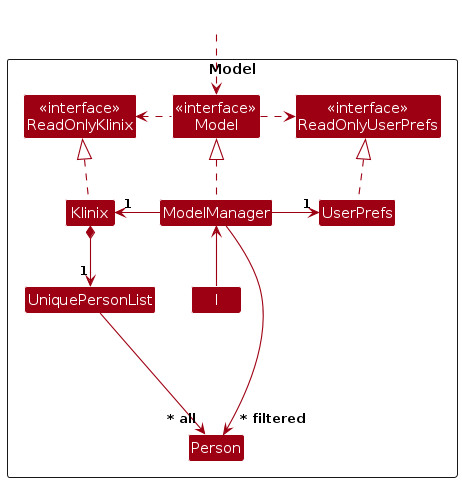
This is diagrams/ModelClassDiagram.png from AY2425S2-CS2103T-T09-2/tp, a PlantUML export, as it was before one commit. Its source is kept beside it as diagrams/ModelClassDiagram.puml.
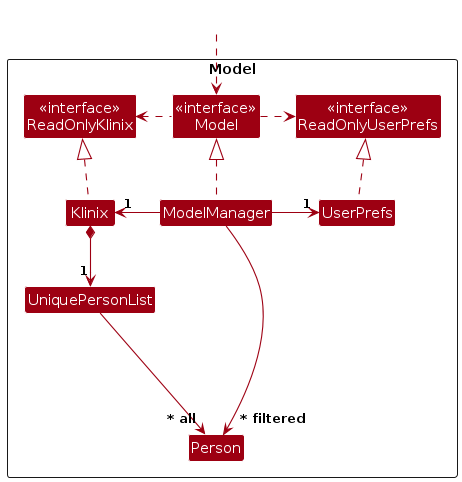
Above is the later version.

Diff of the diagram source:
```diff
@@ -15,7 +15,7 @@
 Class UniquePersonList
 Class Person
 
-Class I
+Class I #FFFFFF
 }
 
 Class HiddenOutside #FFFFFF
@@ -33,7 +33,7 @@
 Klinix *--> "1" UniquePersonList
 UniquePersonList --> "~* all" Person
 
-I --up> ModelManager
+I -[hidden]up-> ModelManager
 
 Person -[hidden]up--> I
 UniquePersonList -[hidden]right-> I
```
